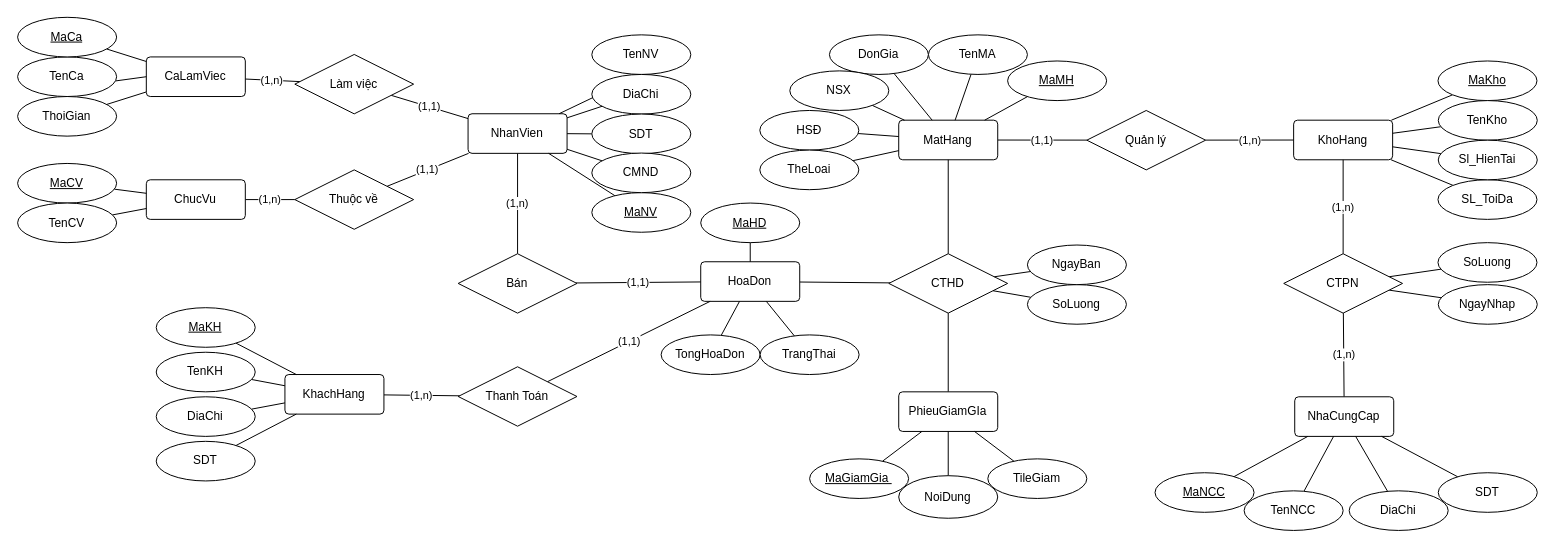
Above: docs/ERD.drawio in EdgarIgnite16/Mini-Store-Manager (draw.io), before the change. Source tidied: cells renumbered, new cells numbered last; positions are measured from the earlier drawing's top-left corner, leaving out a move shared by most shapes. Both pictures are drawn from the tidied source at 99%, with x=0, y=0 at pixel (17, 17).
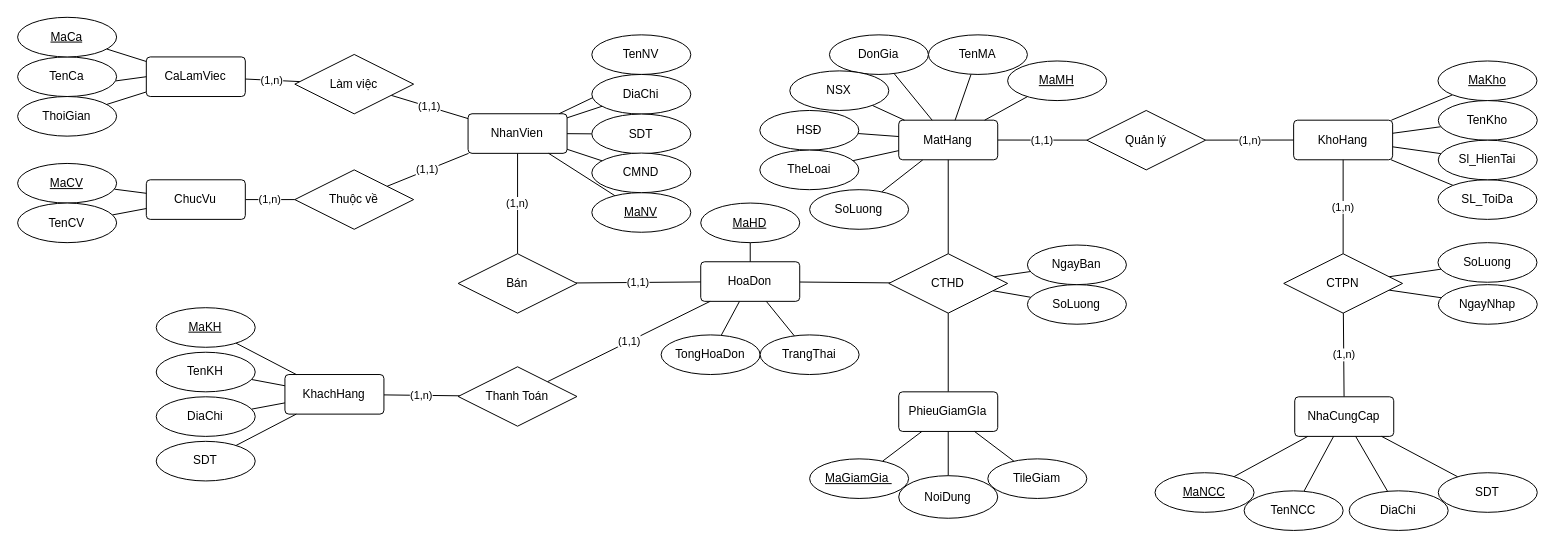
Above is the later version.

Unchanged cells that the change refers to:
```xml
<mxCell id="18" value="MatHang" style="rounded=1;arcSize=10;whiteSpace=wrap;html=1;align=center;" parent="1" vertex="1">
  <mxGeometry x="890.3" y="103.9" width="100" height="40" as="geometry" />
</mxCell>
```

What changed in the source:
```diff
@@
+    <mxCell id="109" style="rounded=0;jettySize=auto;html=1;endArrow=none;endFill=0;" parent="1" edge="1" source="18" target="110">
+      <mxGeometry relative="1" as="geometry" />
+    </mxCell>
@@
+    <mxCell id="110" value="SoLuong" style="ellipse;whiteSpace=wrap;html=1;align=center;" parent="1" vertex="1">
+      <mxGeometry x="800.3" y="174.1" width="100" height="40" as="geometry" />
+    </mxCell>
```
